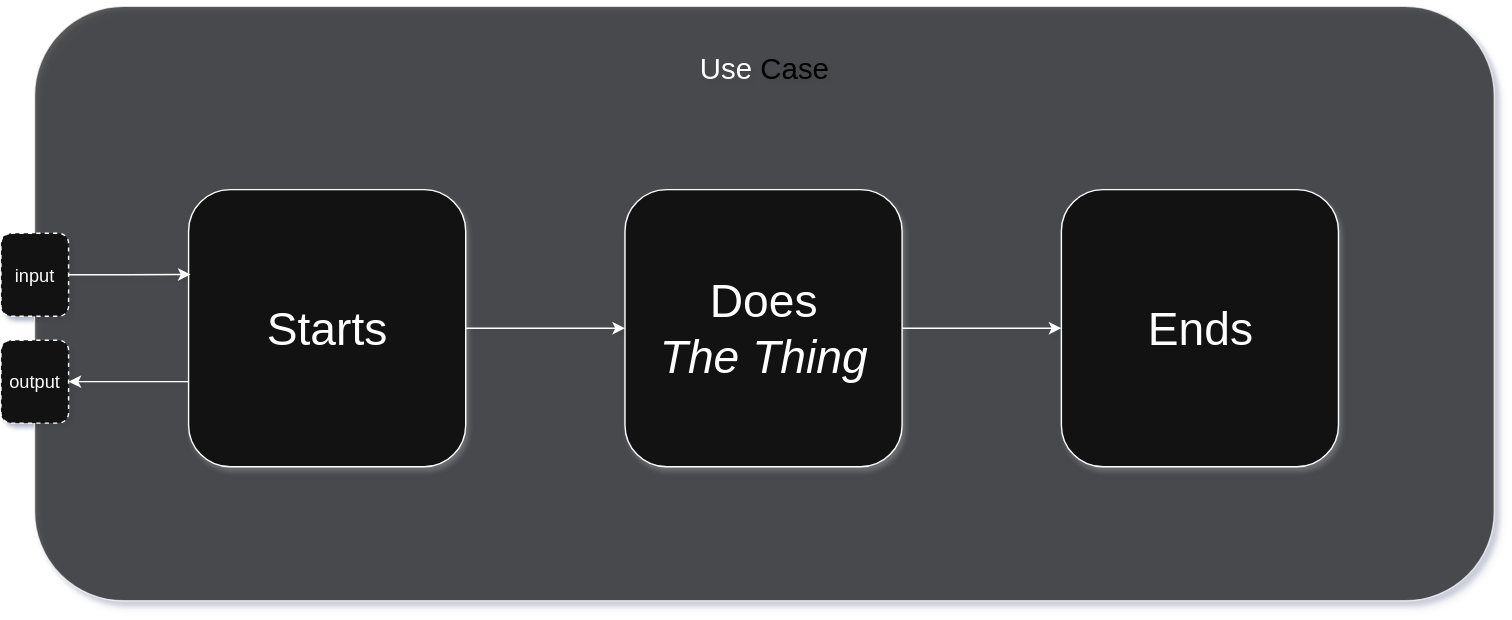
clean-arch-enablers-project/.github keeps this draw.io diagram as profile/drawings/flows.svg. Above is the earlier version. Source tidied: cells renumbered, new cells last; positions are measured from the earlier drawing's top-left corner, leaving out a move shared by most shapes. The source it was exported from:
```xml
<mxGraphModel shadow="1">
  <root>
    <mxCell id="0" />
    <mxCell id="1" parent="0" />
    <mxCell id="2" value="&lt;div&gt;&lt;br&gt;&lt;/div&gt;Use&amp;nbsp;&lt;span style=&quot;background-color: transparent; color: light-dark(rgb(0, 0, 0), rgb(255, 255, 255));&quot;&gt;Case&lt;/span&gt;" style="rounded=1;whiteSpace=wrap;html=1;fontSize=21;rotation=0;shadow=1;align=center;verticalAlign=top;opacity=70;" parent="1" vertex="1">
      <mxGeometry x="24" width="1043" height="424.8" as="geometry" />
    </mxCell>
    <mxCell id="3" style="edgeStyle=orthogonalEdgeStyle;rounded=0;jettySize=auto;html=1;entryX=0;entryY=0.5;entryDx=0;entryDy=0;" parent="1" edge="1" source="5" target="7">
      <mxGeometry relative="1" as="geometry" />
    </mxCell>
    <mxCell id="4" style="edgeStyle=orthogonalEdgeStyle;rounded=0;jettySize=auto;html=1;entryX=1;entryY=0.5;entryDx=0;entryDy=0;" parent="1" edge="1" source="5" target="10">
      <mxGeometry relative="1" as="geometry">
        <Array as="points">
          <mxPoint x="109.1" y="268.2" />
          <mxPoint x="109.1" y="268.2" />
        </Array>
      </mxGeometry>
    </mxCell>
    <mxCell id="5" value="Starts" style="whiteSpace=wrap;html=1;shadow=1;rounded=1;fontSize=33;" parent="1" vertex="1">
      <mxGeometry x="134.1" y="131" width="198" height="198" as="geometry" />
    </mxCell>
    <mxCell id="6" style="edgeStyle=orthogonalEdgeStyle;rounded=0;jettySize=auto;html=1;entryX=0;entryY=0.5;entryDx=0;entryDy=0;" parent="1" edge="1" source="7" target="8">
      <mxGeometry relative="1" as="geometry" />
    </mxCell>
    <mxCell id="7" value="Does&lt;div&gt;&lt;i&gt;The Thing&lt;/i&gt;&lt;/div&gt;" style="whiteSpace=wrap;html=1;shadow=1;rounded=1;fontSize=33;" parent="1" vertex="1">
      <mxGeometry x="445.9" y="131" width="198" height="198" as="geometry" />
    </mxCell>
    <mxCell id="8" value="Ends" style="whiteSpace=wrap;html=1;shadow=1;rounded=1;fontSize=33;" parent="1" vertex="1">
      <mxGeometry x="757.7" y="131" width="198" height="198" as="geometry" />
    </mxCell>
    <mxCell id="9" value="input" style="rounded=1;whiteSpace=wrap;html=1;dashed=1;fontSize=13;" parent="1" vertex="1">
      <mxGeometry y="162.2" width="48.3" height="59.2" as="geometry" />
    </mxCell>
    <mxCell id="10" value="output" style="rounded=1;whiteSpace=wrap;html=1;dashed=1;fontSize=13;" parent="1" vertex="1">
      <mxGeometry y="238.6" width="48.3" height="59.2" as="geometry" />
    </mxCell>
    <mxCell id="11" style="edgeStyle=orthogonalEdgeStyle;rounded=0;jettySize=auto;html=1;entryX=0.007;entryY=0.306;entryDx=0;entryDy=0;entryPerimeter=0;" parent="1" edge="1" source="9" target="5">
      <mxGeometry relative="1" as="geometry" />
    </mxCell>
  </root>
</mxGraphModel>
```
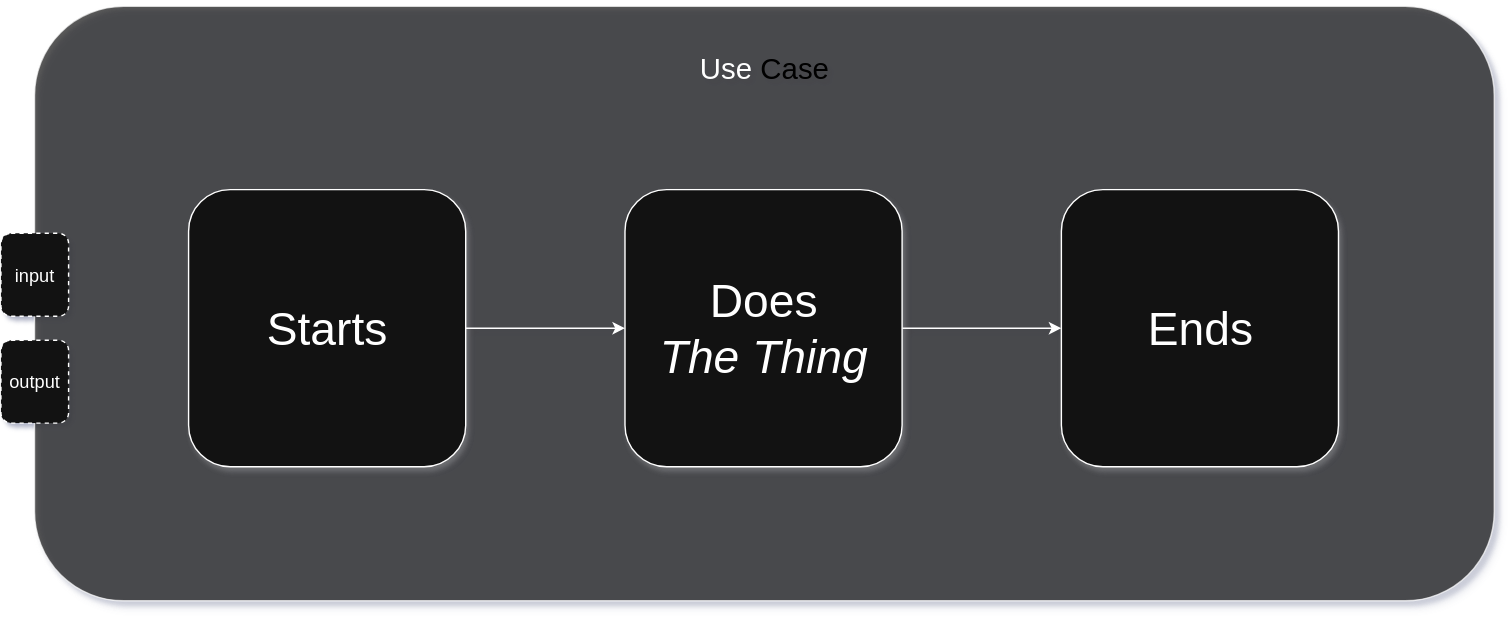
After the commit.

What changed in the source:
```diff
@@ -8,14 +8,6 @@
     <mxCell id="3" style="edgeStyle=orthogonalEdgeStyle;rounded=0;jettySize=auto;html=1;entryX=0;entryY=0.5;entryDx=0;entryDy=0;" parent="1" edge="1" source="5" target="7">
       <mxGeometry relative="1" as="geometry" />
     </mxCell>
-    <mxCell id="4" style="edgeStyle=orthogonalEdgeStyle;rounded=0;jettySize=auto;html=1;entryX=1;entryY=0.5;entryDx=0;entryDy=0;" parent="1" edge="1" source="5" target="10">
-      <mxGeometry relative="1" as="geometry">
-        <Array as="points">
-          <mxPoint x="109.1" y="268.2" />
-          <mxPoint x="109.1" y="268.2" />
-        </Array>
-      </mxGeometry>
-    </mxCell>
     <mxCell id="5" value="Starts" style="whiteSpace=wrap;html=1;shadow=1;rounded=1;fontSize=33;" parent="1" vertex="1">
       <mxGeometry x="134.1" y="131" width="198" height="198" as="geometry" />
     </mxCell>
@@ -34,8 +26,5 @@
     <mxCell id="10" value="output" style="rounded=1;whiteSpace=wrap;html=1;dashed=1;fontSize=13;" parent="1" vertex="1">
       <mxGeometry y="238.6" width="48.3" height="59.2" as="geometry" />
     </mxCell>
-    <mxCell id="11" style="edgeStyle=orthogonalEdgeStyle;rounded=0;jettySize=auto;html=1;entryX=0.007;entryY=0.306;entryDx=0;entryDy=0;entryPerimeter=0;" parent="1" edge="1" source="9" target="5">
-      <mxGeometry relative="1" as="geometry" />
-    </mxCell>
   </root>
 </mxGraphModel>
```
